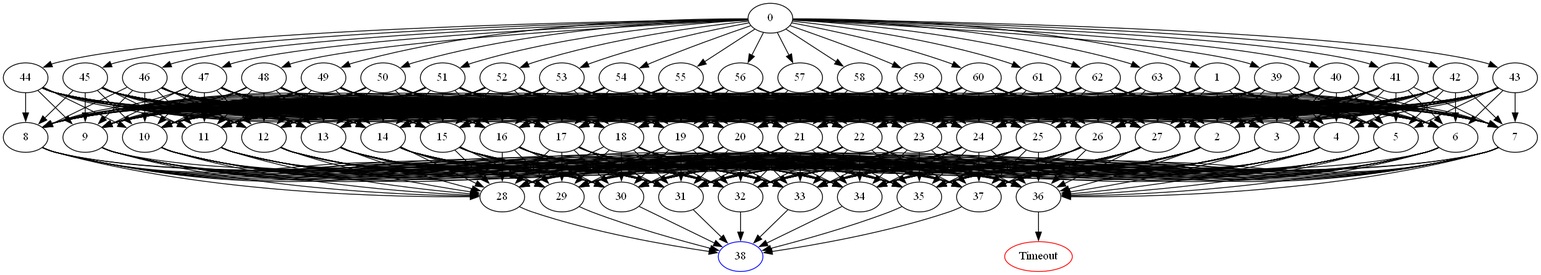
This is DomainPicture/h78ro.05356.comdirected_graph.png from Asikl/MazeMapper, a Graphviz export, as it was before one commit. Its source is kept beside it as DomainPicture/h78ro.05356.comdirected_graph.dot. Source of this version:
```dot
digraph G {
	0 -> 1;
	0 -> 39;
	0 -> 40;
	0 -> 41;
	0 -> 42;
	0 -> 43;
	0 -> 44;
	0 -> 45;
	0 -> 46;
	0 -> 47;
	0 -> 48;
	0 -> 49;
	0 -> 50;
	0 -> 51;
	0 -> 52;
	0 -> 53;
	0 -> 54;
	0 -> 55;
	0 -> 56;
	0 -> 57;
	0 -> 58;
	0 -> 59;
	0 -> 60;
	0 -> 61;
	0 -> 62;
	0 -> 63;
	1 -> 2;
	1 -> 3;
	1 -> 4;
	1 -> 5;
	1 -> 6;
	1 -> 7;
	1 -> 8;
	1 -> 9;
	1 -> 10;
	1 -> 11;
	1 -> 12;
	1 -> 13;
	1 -> 14;
	1 -> 15;
	1 -> 16;
	1 -> 17;
	1 -> 18;
	1 -> 19;
	1 -> 20;
	1 -> 21;
	1 -> 22;
	1 -> 23;
	1 -> 24;
	1 -> 25;
	1 -> 26;
	1 -> 27;
	2 -> 28;
	2 -> 29;
	2 -> 30;
	2 -> 31;
	2 -> 32;
	2 -> 33;
	2 -> 34;
	2 -> 35;
	2 -> 36;
	2 -> 37;
	3 -> 28;
	3 -> 29;
	3 -> 30;
	3 -> 31;
	3 -> 32;
	3 -> 33;
	3 -> 34;
	3 -> 35;
	3 -> 36;
	3 -> 37;
	4 -> 28;
	4 -> 29;
	4 -> 30;
	4 -> 31;
	4 -> 32;
	4 -> 33;
	4 -> 34;
	4 -> 35;
	4 -> 36;
	4 -> 37;
	5 -> 28;
	5 -> 29;
	5 -> 30;
	5 -> 31;
	5 -> 32;
	5 -> 33;
	5 -> 34;
	5 -> 35;
	5 -> 36;
	5 -> 37;
	6 -> 28;
	6 -> 29;
	6 -> 30;
	6 -> 31;
	6 -> 32;
	6 -> 33;
	6 -> 34;
	6 -> 35;
	6 -> 36;
	6 -> 37;
	7 -> 28;
	7 -> 29;
	7 -> 30;
	7 -> 31;
	7 -> 32;
	7 -> 33;
	7 -> 34;
	7 -> 35;
	7 -> 36;
	7 -> 37;
	8 -> 28;
	8 -> 29;
	8 -> 30;
	8 -> 31;
	8 -> 32;
	8 -> 33;
	8 -> 34;
	8 -> 35;
	8 -> 36;
	8 -> 37;
	9 -> 28;
	9 -> 29;
	9 -> 30;
	9 -> 31;
	9 -> 32;
	9 -> 33;
	9 -> 34;
	9 -> 35;
	9 -> 36;
	9 -> 37;
	10 -> 28;
	10 -> 29;
	10 -> 30;
	10 -> 31;
	10 -> 32;
	10 -> 33;
	10 -> 34;
	10 -> 35;
	10 -> 36;
	10 -> 37;
	11 -> 28;
	11 -> 29;
	11 -> 30;
	11 -> 31;
	11 -> 32;
	11 -> 33;
	11 -> 34;
	11 -> 35;
	11 -> 36;
	11 -> 37;
	12 -> 28;
	12 -> 29;
	12 -> 30;
	12 -> 31;
	12 -> 32;
	12 -> 33;
	12 -> 34;
	12 -> 35;
	12 -> 36;
	12 -> 37;
	13 -> 28;
	13 -> 29;
	13 -> 30;
	13 -> 31;
	13 -> 32;
	13 -> 33;
	13 -> 34;
	13 -> 35;
	13 -> 36;
	13 -> 37;
	14 -> 28;
	14 -> 29;
	14 -> 30;
	14 -> 31;
	14 -> 32;
	14 -> 33;
	14 -> 34;
	14 -> 35;
	14 -> 36;
	14 -> 37;
	15 -> 28;
	15 -> 29;
	15 -> 30;
	15 -> 31;
	15 -> 32;
	15 -> 33;
	15 -> 34;
	15 -> 35;
	15 -> 36;
	15 -> 37;
	16 -> 28;
	16 -> 29;
	16 -> 30;
	16 -> 31;
	16 -> 32;
	16 -> 33;
	16 -> 34;
	16 -> 35;
	16 -> 36;
	16 -> 37;
	17 -> 28;
	17 -> 29;
	17 -> 30;
	17 -> 31;
	17 -> 32;
	17 -> 33;
	17 -> 34;
	17 -> 35;
	17 -> 36;
	17 -> 37;
	18 -> 28;
	18 -> 29;
	18 -> 30;
	18 -> 31;
	18 -> 32;
	18 -> 33;
	18 -> 34;
	18 -> 35;
	18 -> 36;
	18 -> 37;
	19 -> 28;
	19 -> 29;
	19 -> 30;
	19 -> 31;
	19 -> 32;
	19 -> 33;
	19 -> 34;
	19 -> 35;
	19 -> 36;
	19 -> 37;
	20 -> 28;
	20 -> 29;
	20 -> 30;
	20 -> 31;
	20 -> 32;
	20 -> 33;
	20 -> 34;
	20 -> 35;
	20 -> 36;
	20 -> 37;
	21 -> 28;
	21 -> 29;
	21 -> 30;
	21 -> 31;
	21 -> 32;
	21 -> 33;
	21 -> 34;
	21 -> 35;
	21 -> 36;
	21 -> 37;
	22 -> 28;
	22 -> 29;
	22 -> 30;
	22 -> 31;
	22 -> 32;
	22 -> 33;
	22 -> 34;
	22 -> 35;
	22 -> 36;
	22 -> 37;
	23 -> 28;
	23 -> 29;
	23 -> 30;
	23 -> 31;
	23 -> 32;
	23 -> 33;
	23 -> 34;
	23 -> 35;
	23 -> 36;
	23 -> 37;
	24 -> 28;
	24 -> 29;
	24 -> 30;
	24 -> 31;
	24 -> 32;
	24 -> 33;
	24 -> 34;
	24 -> 35;
	24 -> 36;
	24 -> 37;
	25 -> 28;
	25 -> 29;
	25 -> 30;
	25 -> 31;
	25 -> 32;
	25 -> 33;
	25 -> 34;
	25 -> 35;
	25 -> 36;
	25 -> 37;
	26 -> 28;
	26 -> 29;
	26 -> 30;
	26 -> 31;
	26 -> 32;
	26 -> 33;
	26 -> 34;
	26 -> 35;
	26 -> 36;
	26 -> 37;
	27 -> 28;
	27 -> 29;
	27 -> 30;
	27 -> 31;
	27 -> 32;
	27 -> 33;
	27 -> 34;
	27 -> 35;
	27 -> 36;
	27 -> 37;
	28 -> "38";
38 [color=blue];
	29 -> "38";
38 [color=blue];
	30 -> "38";
38 [color=blue];
	31 -> "38";
38 [color=blue];
	32 -> "38";
38 [color=blue];
	33 -> "38";
38 [color=blue];
	34 -> "38";
38 [color=blue];
	35 -> "38";
38 [color=blue];
	36 -> "Timeout";
Timeout [color=red];
	37 -> "38";
38 [color=blue];
	39 -> 2;
	39 -> 3;
	39 -> 4;
	39 -> 5;
	39 -> 6;
	39 -> 7;
	39 -> 8;
	39 -> 9;
	39 -> 10;
	39 -> 11;
	39 -> 12;
	39 -> 13;
	39 -> 14;
	39 -> 15;
	39 -> 16;
	39 -> 17;
	39 -> 18;
	39 -> 19;
	39 -> 20;
	39 -> 21;
	39 -> 22;
	39 -> 23;
	39 -> 24;
	39 -> 25;
	39 -> 26;
	39 -> 27;
	40 -> 2;
	40 -> 3;
	40 -> 4;
	40 -> 5;
	40 -> 6;
	40 -> 7;
	40 -> 8;
	40 -> 9;
	40 -> 10;
	40 -> 11;
	40 -> 12;
	40 -> 13;
	40 -> 14;
	40 -> 15;
	40 -> 16;
	40 -> 17;
	40 -> 18;
	40 -> 19;
	40 -> 20;
	40 -> 21;
	40 -> 22;
	40 -> 23;
	40 -> 24;
	40 -> 25;
	40 -> 26;
	40 -> 27;
	41 -> 2;
	41 -> 3;
	41 -> 4;
	41 -> 5;
	41 -> 6;
	41 -> 7;
	41 -> 8;
	41 -> 9;
	41 -> 10;
	41 -> 11;
	41 -> 12;
	41 -> 13;
	41 -> 14;
	41 -> 15;
	41 -> 16;
	41 -> 17;
	41 -> 18;
	41 -> 19;
	41 -> 20;
	41 -> 21;
	41 -> 22;
	41 -> 23;
	41 -> 24;
	41 -> 25;
	41 -> 26;
	41 -> 27;
	42 -> 2;
	42 -> 3;
	42 -> 4;
	42 -> 5;
	42 -> 6;
	42 -> 7;
	42 -> 8;
	42 -> 9;
	42 -> 10;
	42 -> 11;
	42 -> 12;
	42 -> 13;
	42 -> 14;
	42 -> 15;
	42 -> 16;
	42 -> 17;
	42 -> 18;
	42 -> 19;
	42 -> 20;
	42 -> 21;
	42 -> 22;
	42 -> 23;
	42 -> 24;
	42 -> 25;
	42 -> 26;
	42 -> 27;
	43 -> 2;
	43 -> 3;
	43 -> 4;
	43 -> 5;
	43 -> 6;
	43 -> 7;
	43 -> 8;
	43 -> 9;
	43 -> 10;
	43 -> 11;
	43 -> 12;
	43 -> 13;
	43 -> 14;
	43 -> 15;
	43 -> 16;
	43 -> 17;
	43 -> 18;
	43 -> 19;
	43 -> 20;
	43 -> 21;
	43 -> 22;
	43 -> 23;
	43 -> 24;
	43 -> 25;
	43 -> 26;
	43 -> 27;
	44 -> 2;
	44 -> 3;
	44 -> 4;
	44 -> 5;
	44 -> 6;
	44 -> 7;
	44 -> 8;
	44 -> 9;
	44 -> 10;
	44 -> 11;
	44 -> 12;
	44 -> 13;
	44 -> 14;
	44 -> 15;
	44 -> 16;
	44 -> 17;
	44 -> 18;
	44 -> 19;
	44 -> 20;
	44 -> 21;
	44 -> 22;
	44 -> 23;
	44 -> 24;
	44 -> 25;
	44 -> 26;
	44 -> 27;
	45 -> 2;
	45 -> 3;
	45 -> 4;
	45 -> 5;
	45 -> 6;
	45 -> 7;
	45 -> 8;
	45 -> 9;
	45 -> 10;
	45 -> 11;
	45 -> 12;
	45 -> 13;
	45 -> 14;
	45 -> 15;
	45 -> 16;
	45 -> 17;
	45 -> 18;
	45 -> 19;
	45 -> 20;
	45 -> 21;
	45 -> 22;
	45 -> 23;
	45 -> 24;
	45 -> 25;
	45 -> 26;
	45 -> 27;
	46 -> 2;
	46 -> 3;
	46 -> 4;
	46 -> 5;
	46 -> 6;
	46 -> 7;
	46 -> 8;
	46 -> 9;
	46 -> 10;
	46 -> 11;
	46 -> 12;
	46 -> 13;
	46 -> 14;
	46 -> 15;
	46 -> 16;
	46 -> 17;
	46 -> 18;
	46 -> 19;
	46 -> 20;
	46 -> 21;
	46 -> 22;
	46 -> 23;
	46 -> 24;
	46 -> 25;
	46 -> 26;
	46 -> 27;
	47 -> 2;
	47 -> 3;
	47 -> 4;
	47 -> 5;
	47 -> 6;
	47 -> 7;
	47 -> 8;
	47 -> 9;
	47 -> 10;
	47 -> 11;
	47 -> 12;
	47 -> 13;
	47 -> 14;
	47 -> 15;
	47 -> 16;
	47 -> 17;
	47 -> 18;
	47 -> 19;
	47 -> 20;
	47 -> 21;
	47 -> 22;
	47 -> 23;
	47 -> 24;
	47 -> 25;
	47 -> 26;
	47 -> 27;
	48 -> 2;
	48 -> 3;
	48 -> 4;
	48 -> 5;
	48 -> 6;
	48 -> 7;
	48 -> 8;
	48 -> 9;
	48 -> 10;
	48 -> 11;
	48 -> 12;
	48 -> 13;
	48 -> 14;
	48 -> 15;
	48 -> 16;
	48 -> 17;
	48 -> 18;
	48 -> 19;
	48 -> 20;
	48 -> 21;
	48 -> 22;
	48 -> 23;
	48 -> 24;
	48 -> 25;
	48 -> 26;
	48 -> 27;
	49 -> 2;
	49 -> 3;
	49 -> 4;
	49 -> 5;
	49 -> 6;
	49 -> 7;
	49 -> 8;
	49 -> 9;
	49 -> 10;
	49 -> 11;
	49 -> 12;
	49 -> 13;
	49 -> 14;
	49 -> 15;
	49 -> 16;
	49 -> 17;
	49 -> 18;
	49 -> 19;
	49 -> 20;
	49 -> 21;
	49 -> 22;
	49 -> 23;
	49 -> 24;
	49 -> 25;
	49 -> 26;
	49 -> 27;
	50 -> 2;
	50 -> 3;
	50 -> 4;
	50 -> 5;
	50 -> 6;
	50 -> 7;
	50 -> 8;
	50 -> 9;
	50 -> 10;
	50 -> 11;
	50 -> 12;
	50 -> 13;
	50 -> 14;
	50 -> 15;
	50 -> 16;
	50 -> 17;
	50 -> 18;
	50 -> 19;
	50 -> 20;
	50 -> 21;
	50 -> 22;
	50 -> 23;
	50 -> 24;
	50 -> 25;
	50 -> 26;
	50 -> 27;
	51 -> 2;
	51 -> 3;
	51 -> 4;
	51 -> 5;
	51 -> 6;
	51 -> 7;
	51 -> 8;
	51 -> 9;
	51 -> 10;
	51 -> 11;
	51 -> 12;
	51 -> 13;
	51 -> 14;
	51 -> 15;
	51 -> 16;
	51 -> 17;
	51 -> 18;
	51 -> 19;
	51 -> 20;
	51 -> 21;
	51 -> 22;
	51 -> 23;
	51 -> 24;
	51 -> 25;
	51 -> 26;
	51 -> 27;
	52 -> 2;
	52 -> 3;
	52 -> 4;
	52 -> 5;
	52 -> 6;
	52 -> 7;
	52 -> 8;
	52 -> 9;
	52 -> 10;
	52 -> 11;
	52 -> 12;
	52 -> 13;
	52 -> 14;
	52 -> 15;
	52 -> 16;
	52 -> 17;
	52 -> 18;
	52 -> 19;
	52 -> 20;
	52 -> 21;
	52 -> 22;
	52 -> 23;
	52 -> 24;
	52 -> 25;
	52 -> 26;
	52 -> 27;
	53 -> 2;
	53 -> 3;
	53 -> 4;
	53 -> 5;
	53 -> 6;
	53 -> 7;
	53 -> 8;
	53 -> 9;
	53 -> 10;
	53 -> 11;
	53 -> 12;
	53 -> 13;
	53 -> 14;
	53 -> 15;
	53 -> 16;
	53 -> 17;
	53 -> 18;
	53 -> 19;
	53 -> 20;
	53 -> 21;
	53 -> 22;
	53 -> 23;
	53 -> 24;
	53 -> 25;
	53 -> 26;
	53 -> 27;
	54 -> 2;
	54 -> 3;
	54 -> 4;
	54 -> 5;
	54 -> 6;
	54 -> 7;
	54 -> 8;
	54 -> 9;
	54 -> 10;
	54 -> 11;
	54 -> 12;
	54 -> 13;
	54 -> 14;
	54 -> 15;
	54 -> 16;
	54 -> 17;
	54 -> 18;
	54 -> 19;
	54 -> 20;
	54 -> 21;
	54 -> 22;
	54 -> 23;
	54 -> 24;
	54 -> 25;
	54 -> 26;
	54 -> 27;
	55 -> 2;
	55 -> 3;
	55 -> 4;
	55 -> 5;
	55 -> 6;
	55 -> 7;
	55 -> 8;
	55 -> 9;
	55 -> 10;
	55 -> 11;
	55 -> 12;
	55 -> 13;
	55 -> 14;
	55 -> 15;
	55 -> 16;
	55 -> 17;
	55 -> 18;
	55 -> 19;
	55 -> 20;
	55 -> 21;
	55 -> 22;
	55 -> 23;
	55 -> 24;
	55 -> 25;
	55 -> 26;
	55 -> 27;
	56 -> 2;
	56 -> 3;
	56 -> 4;
	56 -> 5;
	56 -> 6;
	56 -> 7;
	56 -> 8;
	56 -> 9;
	56 -> 10;
	56 -> 11;
	56 -> 12;
	56 -> 13;
	56 -> 14;
	56 -> 15;
	56 -> 16;
	56 -> 17;
	56 -> 18;
	56 -> 19;
	56 -> 20;
	56 -> 21;
	56 -> 22;
	56 -> 23;
	56 -> 24;
	56 -> 25;
	56 -> 26;
	56 -> 27;
	57 -> 2;
	57 -> 3;
	57 -> 4;
	57 -> 5;
	57 -> 6;
	57 -> 7;
	57 -> 8;
	57 -> 9;
	57 -> 10;
	57 -> 11;
	57 -> 12;
	57 -> 13;
	57 -> 14;
	57 -> 15;
	57 -> 16;
	57 -> 17;
	57 -> 18;
	57 -> 19;
	57 -> 20;
	57 -> 21;
	57 -> 22;
	57 -> 23;
	57 -> 24;
	57 -> 25;
	57 -> 26;
	57 -> 27;
	58 -> 2;
	58 -> 3;
	58 -> 4;
	58 -> 5;
	58 -> 6;
	58 -> 7;
	58 -> 8;
	58 -> 9;
	58 -> 10;
	58 -> 11;
	58 -> 12;
	58 -> 13;
	58 -> 14;
	58 -> 15;
	58 -> 16;
	58 -> 17;
	58 -> 18;
	58 -> 19;
	58 -> 20;
	58 -> 21;
	58 -> 22;
	58 -> 23;
	58 -> 24;
	58 -> 25;
	58 -> 26;
	58 -> 27;
	59 -> 2;
	59 -> 3;
	59 -> 4;
	59 -> 5;
	59 -> 6;
	59 -> 7;
	59 -> 8;
	59 -> 9;
	59 -> 10;
	59 -> 11;
	59 -> 12;
	59 -> 13;
	59 -> 14;
	59 -> 15;
	59 -> 16;
	59 -> 17;
	59 -> 18;
	59 -> 19;
	59 -> 20;
	59 -> 21;
	59 -> 22;
	59 -> 23;
	59 -> 24;
	59 -> 25;
	59 -> 26;
	59 -> 27;
	60 -> 2;
	60 -> 3;
	60 -> 4;
	60 -> 5;
	60 -> 6;
	60 -> 7;
	60 -> 8;
	60 -> 9;
	60 -> 10;
	60 -> 11;
	60 -> 12;
	60 -> 13;
	60 -> 14;
	60 -> 15;
	60 -> 16;
	60 -> 17;
	60 -> 18;
	60 -> 19;
	60 -> 20;
	60 -> 21;
	60 -> 22;
	60 -> 23;
	60 -> 24;
	60 -> 25;
	60 -> 26;
	60 -> 27;
	61 -> 2;
	61 -> 3;
	61 -> 4;
	61 -> 5;
	61 -> 6;
	61 -> 7;
	61 -> 8;
	61 -> 9;
	61 -> 10;
	61 -> 11;
	61 -> 12;
	61 -> 13;
	61 -> 14;
	61 -> 15;
	61 -> 16;
	61 -> 17;
	61 -> 18;
	61 -> 19;
	61 -> 20;
	61 -> 21;
	61 -> 22;
	61 -> 23;
	61 -> 24;
	61 -> 25;
	61 -> 26;
	61 -> 27;
	62 -> 2;
	62 -> 3;
	62 -> 4;
	62 -> 5;
	62 -> 6;
	62 -> 7;
	62 -> 8;
	62 -> 9;
	62 -> 10;
	62 -> 11;
	62 -> 12;
	62 -> 13;
	62 -> 14;
	62 -> 15;
	62 -> 16;
	62 -> 17;
	62 -> 18;
	62 -> 19;
	62 -> 20;
	62 -> 21;
	62 -> 22;
	62 -> 23;
	62 -> 24;
	62 -> 25;
	62 -> 26;
	62 -> 27;
	63 -> 2;
	63 -> 3;
	63 -> 4;
	63 -> 5;
	63 -> 6;
	63 -> 7;
	63 -> 8;
	63 -> 9;
	63 -> 10;
	63 -> 11;
	63 -> 12;
	63 -> 13;
	63 -> 14;
	63 -> 15;
	63 -> 16;
	63 -> 17;
	63 -> 18;
	63 -> 19;
	63 -> 20;
	63 -> 21;
	63 -> 22;
	63 -> 23;
	63 -> 24;
	63 -> 25;
	63 -> 26;
	63 -> 27;
}
```
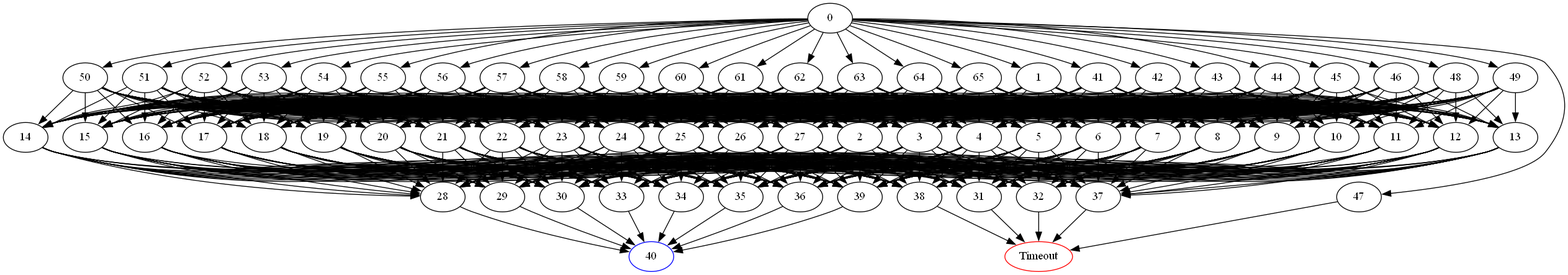
The same file after the commit.

What changed in the source:
```diff
@@ -1,7 +1,5 @@
 digraph G {
 	0 -> 1;
-	0 -> 39;
-	0 -> 40;
 	0 -> 41;
 	0 -> 42;
 	0 -> 43;
@@ -25,6 +23,8 @@
 	0 -> 61;
 	0 -> 62;
 	0 -> 63;
+	0 -> 64;
+	0 -> 65;
 	1 -> 2;
 	1 -> 3;
 	1 -> 4;
@@ -61,6 +61,8 @@
 	2 -> 35;
 	2 -> 36;
 	2 -> 37;
+	2 -> 38;
+	2 -> 39;
 	3 -> 28;
 	3 -> 29;
 	3 -> 30;
@@ -71,6 +73,8 @@
 	3 -> 35;
 	3 -> 36;
 	3 -> 37;
+	3 -> 38;
+	3 -> 39;
 	4 -> 28;
 	4 -> 29;
 	4 -> 30;
@@ -81,6 +85,8 @@
 	4 -> 35;
 	4 -> 36;
 	4 -> 37;
+	4 -> 38;
+	4 -> 39;
 	5 -> 28;
 	5 -> 29;
 	5 -> 30;
@@ -91,6 +97,8 @@
 	5 -> 35;
 	5 -> 36;
 	5 -> 37;
+	5 -> 38;
+	5 -> 39;
 	6 -> 28;
 	6 -> 29;
 	6 -> 30;
@@ -101,6 +109,8 @@
 	6 -> 35;
 	6 -> 36;
 	6 -> 37;
+	6 -> 38;
+	6 -> 39;
 	7 -> 28;
 	7 -> 29;
 	7 -> 30;
@@ -111,6 +121,8 @@
 	7 -> 35;
 	7 -> 36;
 	7 -> 37;
+	7 -> 38;
+	7 -> 39;
 	8 -> 28;
 	8 -> 29;
 	8 -> 30;
@@ -121,6 +133,8 @@
 	8 -> 35;
 	8 -> 36;
 	8 -> 37;
+	8 -> 38;
+	8 -> 39;
 	9 -> 28;
 	9 -> 29;
 	9 -> 30;
@@ -131,6 +145,8 @@
 	9 -> 35;
 	9 -> 36;
 	9 -> 37;
+	9 -> 38;
+	9 -> 39;
 	10 -> 28;
 	10 -> 29;
 	10 -> 30;
@@ -141,6 +157,8 @@
 	10 -> 35;
 	10 -> 36;
 	10 -> 37;
+	10 -> 38;
+	10 -> 39;
 	11 -> 28;
 	11 -> 29;
 	11 -> 30;
@@ -151,6 +169,8 @@
 	11 -> 35;
 	11 -> 36;
 	11 -> 37;
+	11 -> 38;
+	11 -> 39;
 	12 -> 28;
 	12 -> 29;
 	12 -> 30;
@@ -161,6 +181,8 @@
 	12 -> 35;
 	12 -> 36;
 	12 -> 37;
+	12 -> 38;
+	12 -> 39;
 	13 -> 28;
 	13 -> 29;
 	13 -> 30;
@@ -171,6 +193,8 @@
 	13 -> 35;
 	13 -> 36;
 	13 -> 37;
+	13 -> 38;
+	13 -> 39;
 	14 -> 28;
 	14 -> 29;
 	14 -> 30;
@@ -181,6 +205,8 @@
 	14 -> 35;
 	14 -> 36;
 	14 -> 37;
+	14 -> 38;
+	14 -> 39;
 	15 -> 28;
 	15 -> 29;
 	15 -> 30;
@@ -191,6 +217,8 @@
 	15 -> 35;
 	15 -> 36;
 	15 -> 37;
+	15 -> 38;
+	15 -> 39;
 	16 -> 28;
 	16 -> 29;
 	16 -> 30;
@@ -201,6 +229,8 @@
 	16 -> 35;
 	16 -> 36;
 	16 -> 37;
+	16 -> 38;
+	16 -> 39;
 	17 -> 28;
 	17 -> 29;
 	17 -> 30;
@@ -211,6 +241,8 @@
 	17 -> 35;
 	17 -> 36;
 	17 -> 37;
+	17 -> 38;
+	17 -> 39;
 	18 -> 28;
 	18 -> 29;
 	18 -> 30;
@@ -221,6 +253,8 @@
 	18 -> 35;
 	18 -> 36;
 	18 -> 37;
+	18 -> 38;
+	18 -> 39;
 	19 -> 28;
 	19 -> 29;
 	19 -> 30;
@@ -231,6 +265,8 @@
 	19 -> 35;
 	19 -> 36;
 	19 -> 37;
+	19 -> 38;
+	19 -> 39;
 	20 -> 28;
 	20 -> 29;
 	20 -> 30;
@@ -241,6 +277,8 @@
 	20 -> 35;
 	20 -> 36;
 	20 -> 37;
+	20 -> 38;
+	20 -> 39;
 	21 -> 28;
 	21 -> 29;
 	21 -> 30;
@@ -251,6 +289,8 @@
 	21 -> 35;
 	21 -> 36;
 	21 -> 37;
+	21 -> 38;
+	21 -> 39;
 	22 -> 28;
 	22 -> 29;
 	22 -> 30;
@@ -261,6 +301,8 @@
 	22 -> 35;
 	22 -> 36;
 	22 -> 37;
+	22 -> 38;
+	22 -> 39;
 	23 -> 28;
 	23 -> 29;
 	23 -> 30;
@@ -271,6 +313,8 @@
 	23 -> 35;
 	23 -> 36;
 	23 -> 37;
+	23 -> 38;
+	23 -> 39;
 	24 -> 28;
 	24 -> 29;
 	24 -> 30;
@@ -281,6 +325,8 @@
 	24 -> 35;
 	24 -> 36;
 	24 -> 37;
+	24 -> 38;
+	24 -> 39;
 	25 -> 28;
 	25 -> 29;
 	25 -> 30;
@@ -291,6 +337,8 @@
 	25 -> 35;
 	25 -> 36;
 	25 -> 37;
+	25 -> 38;
+	25 -> 39;
 	26 -> 28;
 	26 -> 29;
 	26 -> 30;
@@ -301,6 +349,8 @@
 	26 -> 35;
 	26 -> 36;
 	26 -> 37;
+	26 -> 38;
+	26 -> 39;
 	27 -> 28;
 	27 -> 29;
 	27 -> 30;
@@ -311,78 +361,32 @@
 	27 -> 35;
 	27 -> 36;
 	27 -> 37;
-	28 -> "38";
-38 [color=blue];
-	29 -> "38";
-38 [color=blue];
-	30 -> "38";
-38 [color=blue];
-	31 -> "38";
-38 [color=blue];
-	32 -> "38";
-38 [color=blue];
-	33 -> "38";
-38 [color=blue];
-	34 -> "38";
-38 [color=blue];
-	35 -> "38";
-38 [color=blue];
-	36 -> "Timeout";
+	27 -> 38;
+	27 -> 39;
+	28 -> "40";
+40 [color=blue];
+	29 -> "40";
+40 [color=blue];
+	30 -> "40";
+40 [color=blue];
+	31 -> "Timeout";
 Timeout [color=red];
-	37 -> "38";
-38 [color=blue];
-	39 -> 2;
-	39 -> 3;
-	39 -> 4;
-	39 -> 5;
-	39 -> 6;
-	39 -> 7;
-	39 -> 8;
-	39 -> 9;
-	39 -> 10;
-	39 -> 11;
-	39 -> 12;
-	39 -> 13;
-	39 -> 14;
-	39 -> 15;
-	39 -> 16;
-	39 -> 17;
-	39 -> 18;
-	39 -> 19;
-	39 -> 20;
-	39 -> 21;
-	39 -> 22;
-	39 -> 23;
-	39 -> 24;
-	39 -> 25;
-	39 -> 26;
-	39 -> 27;
-	40 -> 2;
-	40 -> 3;
-	40 -> 4;
-	40 -> 5;
-	40 -> 6;
-	40 -> 7;
-	40 -> 8;
-	40 -> 9;
-	40 -> 10;
-	40 -> 11;
-	40 -> 12;
-	40 -> 13;
-	40 -> 14;
-	40 -> 15;
-	40 -> 16;
-	40 -> 17;
-	40 -> 18;
-	40 -> 19;
-	40 -> 20;
-	40 -> 21;
-	40 -> 22;
-	40 -> 23;
-	40 -> 24;
-	40 -> 25;
-	40 -> 26;
-	40 -> 27;
+	32 -> "Timeout";
+Timeout [color=red];
+	33 -> "40";
+40 [color=blue];
+	34 -> "40";
+40 [color=blue];
+	35 -> "40";
+40 [color=blue];
+	36 -> "40";
+40 [color=blue];
+	37 -> "Timeout";
+Timeout [color=red];
+	38 -> "Timeout";
+Timeout [color=red];
+	39 -> "40";
+40 [color=blue];
 	41 -> 2;
 	41 -> 3;
 	41 -> 4;
@@ -539,32 +543,8 @@
 	46 -> 25;
 	46 -> 26;
 	46 -> 27;
-	47 -> 2;
-	47 -> 3;
-	47 -> 4;
-	47 -> 5;
-	47 -> 6;
-	47 -> 7;
-	47 -> 8;
-	47 -> 9;
-	47 -> 10;
-	47 -> 11;
-	47 -> 12;
-	47 -> 13;
-	47 -> 14;
-	47 -> 15;
-	47 -> 16;
-	47 -> 17;
-	47 -> 18;
-	47 -> 19;
-	47 -> 20;
-	47 -> 21;
-	47 -> 22;
-	47 -> 23;
-	47 -> 24;
-	47 -> 25;
-	47 -> 26;
-	47 -> 27;
+	47 -> "Timeout";
+Timeout [color=red];
 	48 -> 2;
 	48 -> 3;
 	48 -> 4;
@@ -981,4 +961,56 @@
 	63 -> 25;
 	63 -> 26;
 	63 -> 27;
+	64 -> 2;
+	64 -> 3;
+	64 -> 4;
+	64 -> 5;
+	64 -> 6;
+	64 -> 7;
+	64 -> 8;
+	64 -> 9;
+	64 -> 10;
+	64 -> 11;
+	64 -> 12;
+	64 -> 13;
+	64 -> 14;
+	64 -> 15;
+	64 -> 16;
+	64 -> 17;
+	64 -> 18;
+	64 -> 19;
+	64 -> 20;
+	64 -> 21;
+	64 -> 22;
+	64 -> 23;
+	64 -> 24;
+	64 -> 25;
+	64 -> 26;
+	64 -> 27;
+	65 -> 2;
+	65 -> 3;
+	65 -> 4;
+	65 -> 5;
+	65 -> 6;
+	65 -> 7;
+	65 -> 8;
+	65 -> 9;
+	65 -> 10;
+	65 -> 11;
+	65 -> 12;
+	65 -> 13;
+	65 -> 14;
+	65 -> 15;
+	65 -> 16;
+	65 -> 17;
+	65 -> 18;
+	65 -> 19;
+	65 -> 20;
+	65 -> 21;
+	65 -> 22;
+	65 -> 23;
+	65 -> 24;
+	65 -> 25;
+	65 -> 26;
+	65 -> 27;
 }
```
